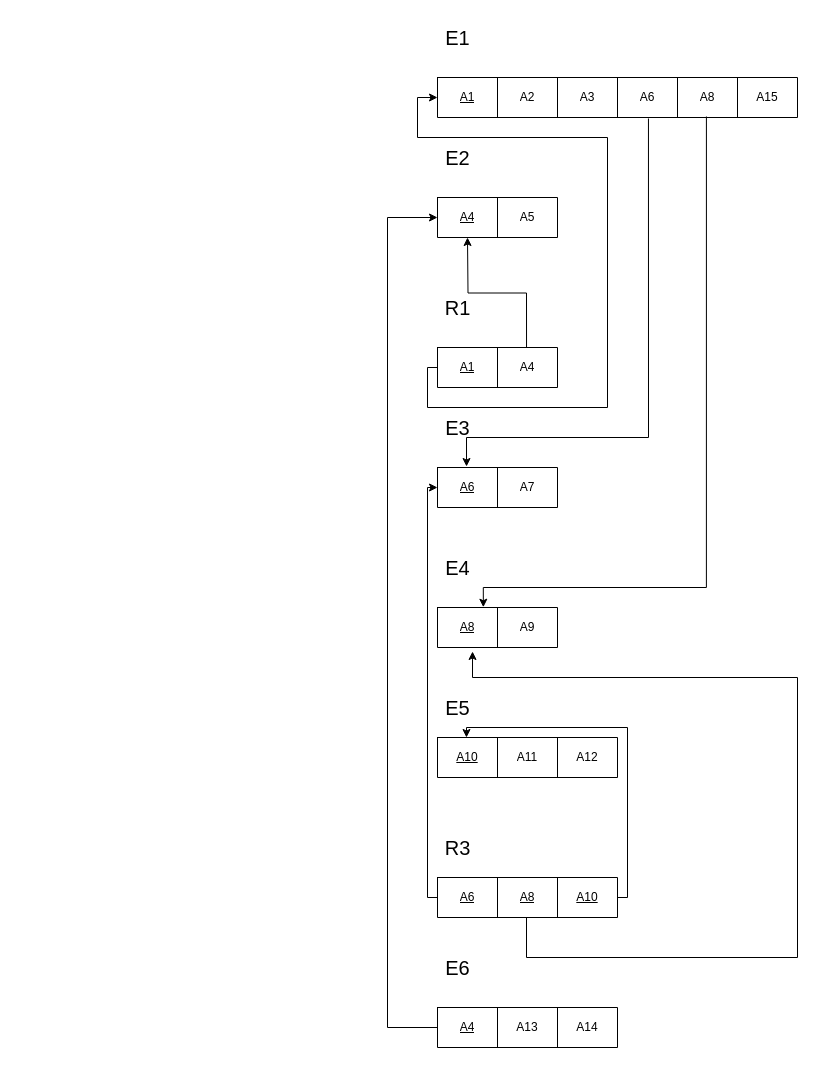
Before: 未命名绘图.drawio in zhangnailiang/ER, a draw.io diagram. Source tidied: cells renumbered, new cells numbered last; positions are measured from the earlier drawing's top-left corner, leaving out a move shared by most shapes. Both pictures are drawn from the tidied source at 100%, with x=0, y=0 at pixel (387, 17).
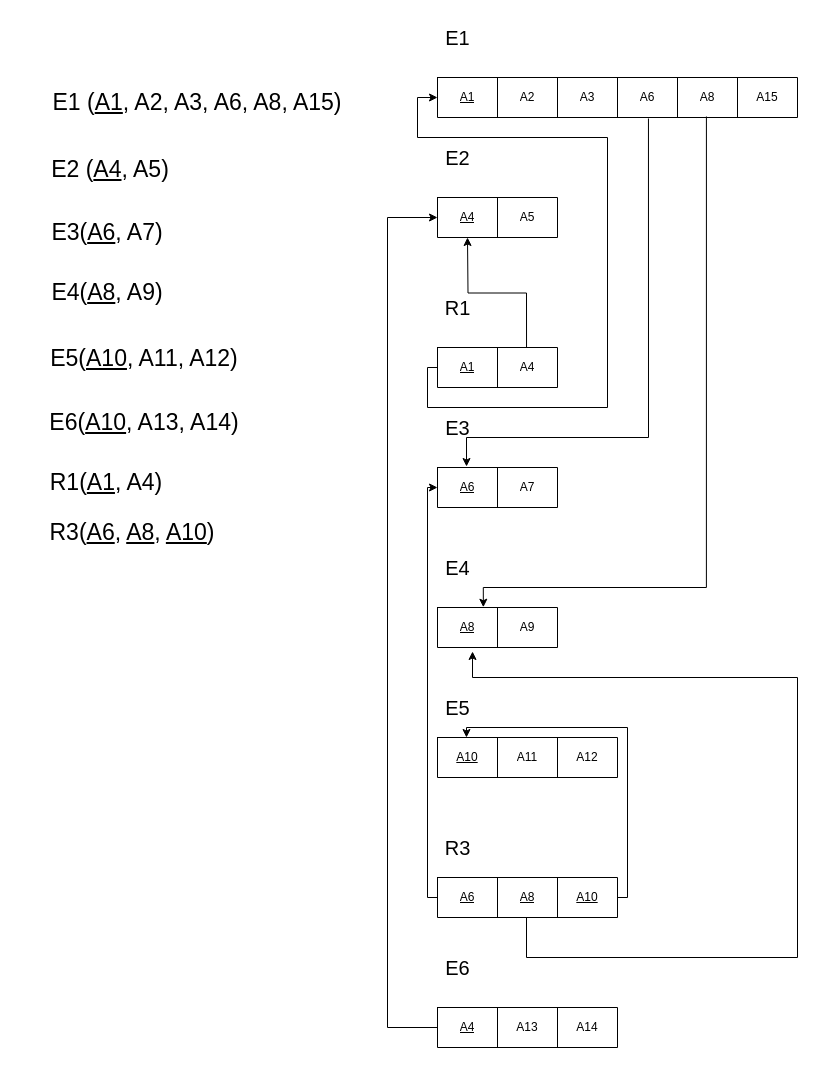
The same page after the edit.

Diff of the diagram source:
```diff
@@
+    <mxCell id="57" value="&lt;font style=&quot;font-size: 23px;&quot;&gt;E1 (&lt;u&gt;A1&lt;/u&gt;, A2, A3, A6, A8, A15)&lt;/font&gt;" style="text;strokeColor=none;align=center;fillColor=none;html=1;verticalAlign=middle;whiteSpace=wrap;rounded=0;" parent="1" vertex="1">
+      <mxGeometry x="-360" y="70" width="340" height="30" as="geometry" />
+    </mxCell>
+    <mxCell id="58" value="&lt;font style=&quot;font-size: 23px;&quot;&gt;E2 (&lt;u&gt;A4&lt;/u&gt;, A5)&lt;/font&gt;" style="text;strokeColor=none;align=center;fillColor=none;html=1;verticalAlign=middle;whiteSpace=wrap;rounded=0;" parent="1" vertex="1">
+      <mxGeometry x="-362" y="137" width="170" height="30" as="geometry" />
+    </mxCell>
+    <mxCell id="59" value="&lt;font style=&quot;font-size: 23px;&quot;&gt;E3(&lt;u&gt;A6&lt;/u&gt;, A7)&lt;/font&gt;" style="text;strokeColor=none;align=center;fillColor=none;html=1;verticalAlign=middle;whiteSpace=wrap;rounded=0;" parent="1" vertex="1">
+      <mxGeometry x="-360" y="200" width="160" height="30" as="geometry" />
+    </mxCell>
+    <mxCell id="60" value="&lt;font style=&quot;font-size: 23px;&quot;&gt;E4(&lt;u&gt;A8&lt;/u&gt;, A9)&lt;/font&gt;" style="text;strokeColor=none;align=center;fillColor=none;html=1;verticalAlign=middle;whiteSpace=wrap;rounded=0;" parent="1" vertex="1">
+      <mxGeometry x="-360" y="260" width="160" height="30" as="geometry" />
+    </mxCell>
+    <mxCell id="61" value="&lt;font style=&quot;font-size: 23px;&quot;&gt;E5(&lt;u&gt;A10&lt;/u&gt;, A11, A12)&lt;/font&gt;" style="text;strokeColor=none;align=center;fillColor=none;html=1;verticalAlign=middle;whiteSpace=wrap;rounded=0;" parent="1" vertex="1">
+      <mxGeometry x="-358" y="326" width="230" height="30" as="geometry" />
+    </mxCell>
+    <mxCell id="62" value="&lt;font style=&quot;font-size: 23px;&quot;&gt;E6(&lt;u&gt;A10&lt;/u&gt;, A13, A14)&lt;/font&gt;" style="text;strokeColor=none;align=center;fillColor=none;html=1;verticalAlign=middle;whiteSpace=wrap;rounded=0;" parent="1" vertex="1">
+      <mxGeometry x="-358" y="390" width="230" height="30" as="geometry" />
+    </mxCell>
+    <mxCell id="63" value="&lt;font style=&quot;font-size: 23px;&quot;&gt;R1(&lt;u&gt;A1&lt;/u&gt;, A4)&lt;/font&gt;" style="text;strokeColor=none;align=center;fillColor=none;html=1;verticalAlign=middle;whiteSpace=wrap;rounded=0;" parent="1" vertex="1">
+      <mxGeometry x="-366" y="450" width="170" height="30" as="geometry" />
+    </mxCell>
+    <mxCell id="64" value="&lt;font style=&quot;font-size: 23px;&quot;&gt;R3(&lt;u&gt;A6&lt;/u&gt;, &lt;u&gt;A8&lt;/u&gt;, &lt;u&gt;A10&lt;/u&gt;)&lt;/font&gt;" style="text;strokeColor=none;align=center;fillColor=none;html=1;verticalAlign=middle;whiteSpace=wrap;rounded=0;" parent="1" vertex="1">
+      <mxGeometry x="-370" y="500" width="230" height="30" as="geometry" />
+    </mxCell>
```
